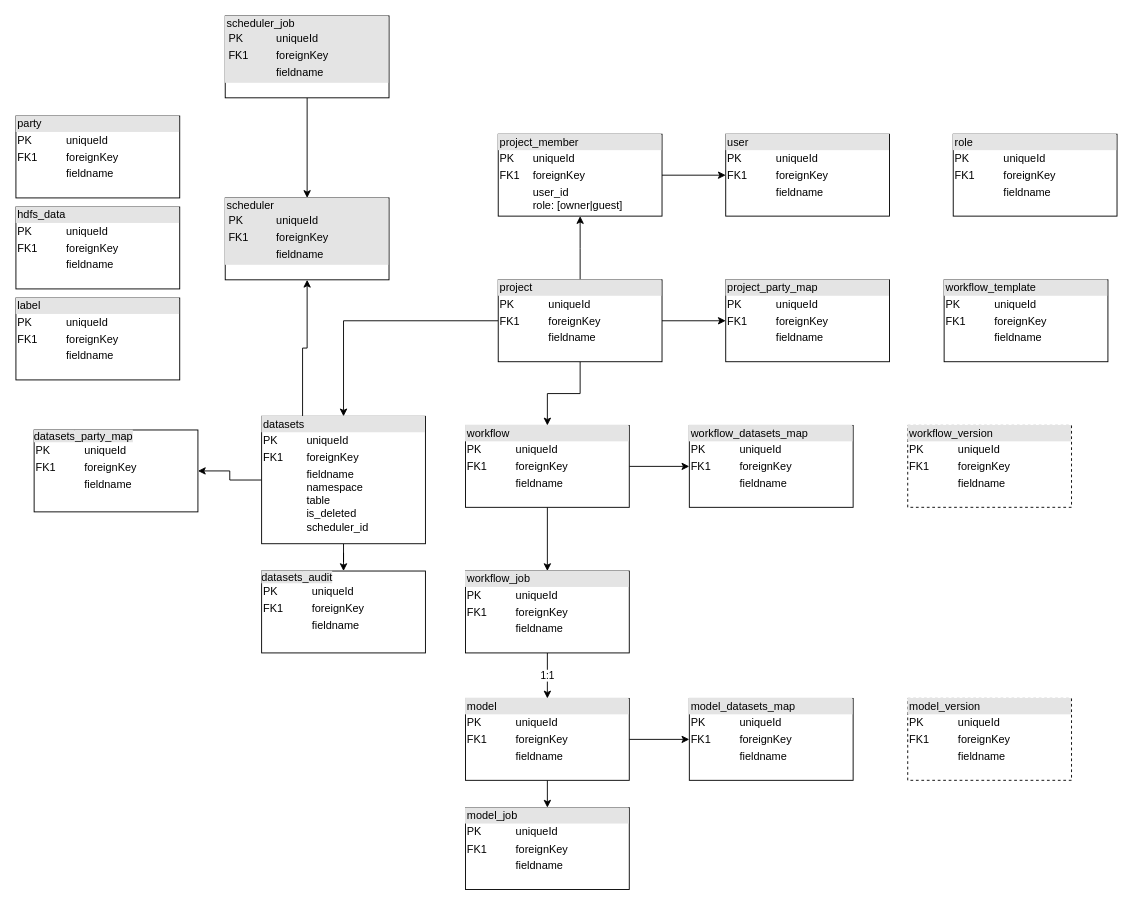
Before: Untitled Diagram.drawio in ChrisBamaofan/androidApp, a draw.io diagram. Source tidied: cells renumbered, new cells numbered last; positions are measured from the earlier drawing's top-left corner, leaving out a move shared by most shapes. Both pictures are drawn from the tidied source at 91%, with x=0, y=0 at pixel (15, 15).
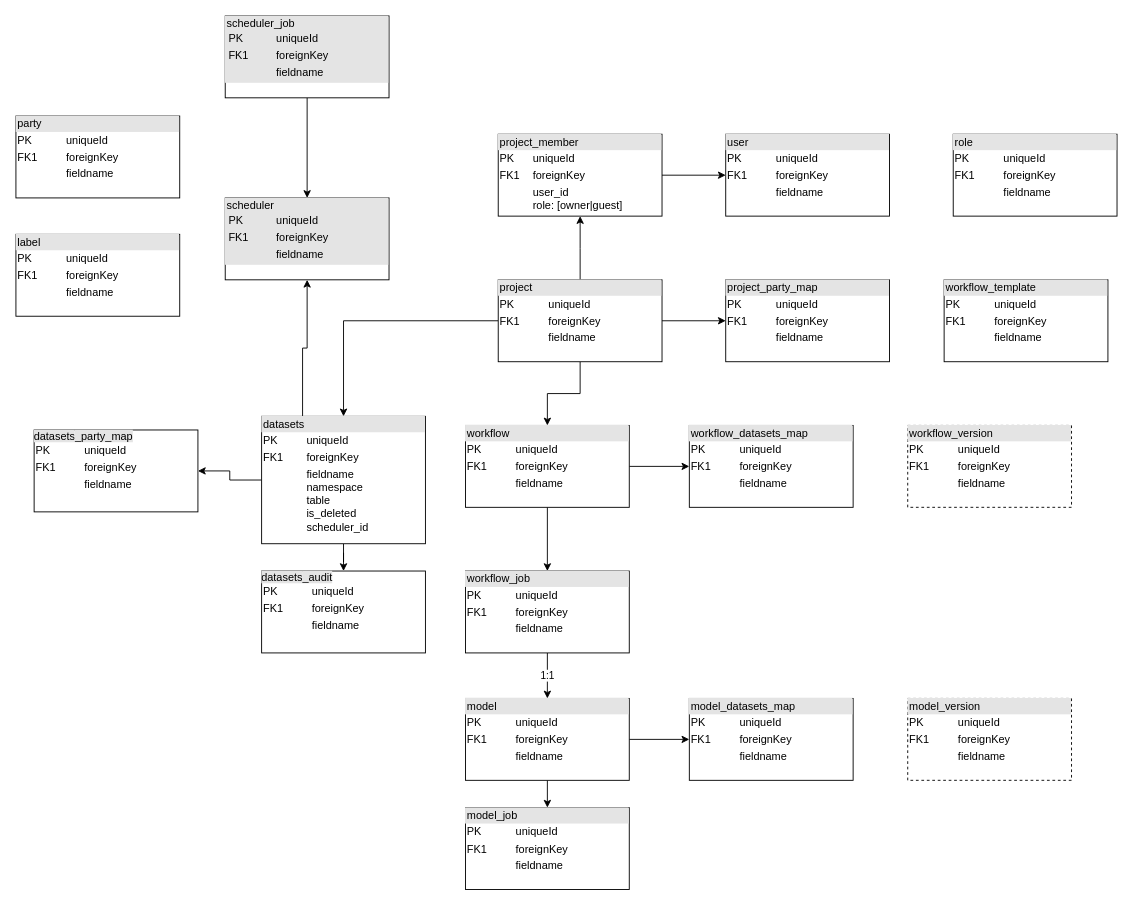
Above is the later version.

What changed in the source:
```diff
@@
-    <mxCell id="25" value="&lt;div style=&quot;box-sizing: border-box ; width: 100% ; background: #e4e4e4 ; padding: 2px&quot;&gt;hdfs_data&lt;/div&gt;&lt;table style=&quot;width: 100% ; font-size: 1em&quot; cellpadding=&quot;2&quot; cellspacing=&quot;0&quot;&gt;&lt;tbody&gt;&lt;tr&gt;&lt;td&gt;PK&lt;/td&gt;&lt;td&gt;uniqueId&lt;/td&gt;&lt;/tr&gt;&lt;tr&gt;&lt;td&gt;FK1&lt;/td&gt;&lt;td&gt;foreignKey&lt;/td&gt;&lt;/tr&gt;&lt;tr&gt;&lt;td&gt;&lt;/td&gt;&lt;td&gt;fieldname&lt;/td&gt;&lt;/tr&gt;&lt;/tbody&gt;&lt;/table&gt;" style="verticalAlign=top;align=left;overflow=fill;html=1;" parent="1" vertex="1">
-      <mxGeometry y="210" width="180" height="90" as="geometry" />
-    </mxCell>
     <mxCell id="26" value="&lt;div style=&quot;box-sizing: border-box ; width: 100% ; background: #e4e4e4 ; padding: 2px&quot;&gt;label&lt;/div&gt;&lt;table style=&quot;width: 100% ; font-size: 1em&quot; cellpadding=&quot;2&quot; cellspacing=&quot;0&quot;&gt;&lt;tbody&gt;&lt;tr&gt;&lt;td&gt;PK&lt;/td&gt;&lt;td&gt;uniqueId&lt;/td&gt;&lt;/tr&gt;&lt;tr&gt;&lt;td&gt;FK1&lt;/td&gt;&lt;td&gt;foreignKey&lt;/td&gt;&lt;/tr&gt;&lt;tr&gt;&lt;td&gt;&lt;/td&gt;&lt;td&gt;fieldname&lt;/td&gt;&lt;/tr&gt;&lt;/tbody&gt;&lt;/table&gt;" style="verticalAlign=top;align=left;overflow=fill;html=1;" parent="1" vertex="1">
-      <mxGeometry y="310" width="180" height="90" as="geometry" />
+      <mxGeometry y="240" width="180" height="90" as="geometry" />
     </mxCell>
```
